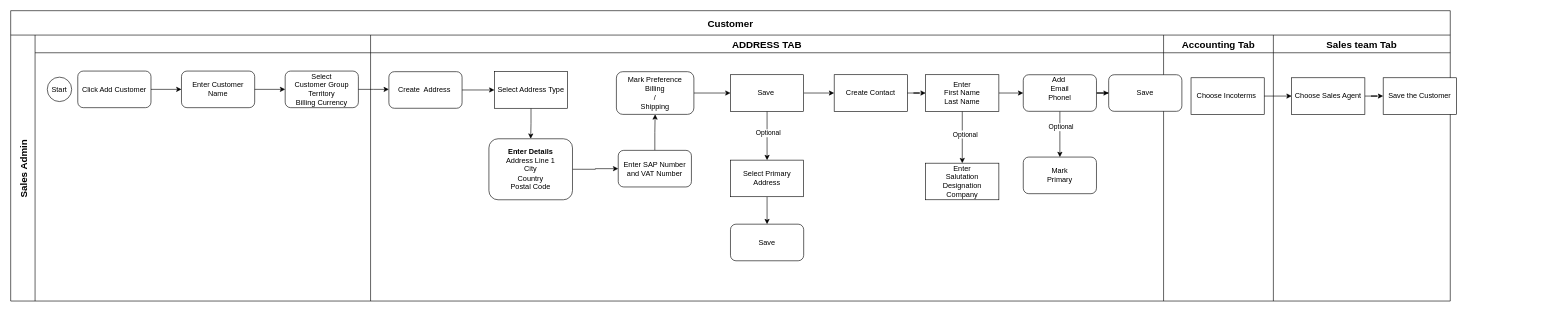
The draw.io diagram SGB/Customer Userflow.drawio in Iswariya-LMNAs/Diagrams, before the edit. Source tidied: cells renumbered, new cells numbered last; positions are measured from the earlier drawing's top-left corner, leaving out a move shared by most shapes. Both pictures are drawn from the tidied source at 61%, with x=0, y=0 at pixel (10, 10).
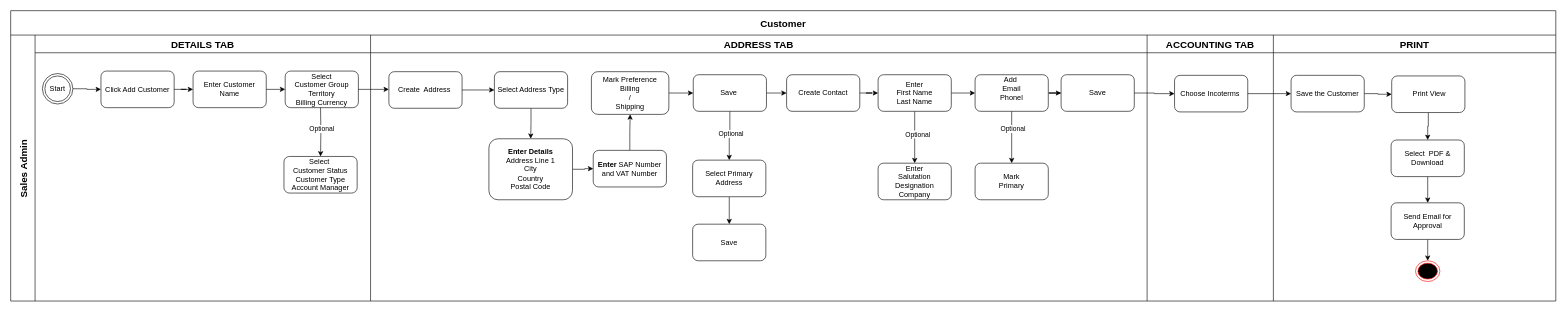
After the change.

What changed in the source:
```diff
@@
     <mxCell id="2" value="Customer" style="shape=table;childLayout=tableLayout;startSize=40;fontSize=16;fontStyle=1;" parent="1" vertex="1">
-      <mxGeometry width="2360" height="476" as="geometry" />
+      <mxGeometry width="2533" height="476" as="geometry" />
     </mxCell>
     <mxCell id="3" value="Sales Admin" style="shape=tableRow;horizontal=0;swimlaneHead=0;swimlaneBody=0;top=0;left=0;strokeColor=inherit;bottom=0;right=0;fontStyle=1;fillColor=none;startSize=40;fontSize=16;" parent="2" vertex="1">
-      <mxGeometry y="40" width="2360" height="436" as="geometry" />
+      <mxGeometry y="40" width="2533" height="436" as="geometry" />
     </mxCell>
-    <mxCell id="4" style="swimlane;swimlaneHead=0;swimlaneBody=0;fontStyle=1;strokeColor=inherit;fillColor=none;startSize=29;fontSize=16;" parent="3" vertex="1">
+    <mxCell id="4" value="DETAILS TAB" style="swimlane;swimlaneHead=0;swimlaneBody=0;fontStyle=1;strokeColor=inherit;fillColor=none;startSize=29;fontSize=16;" parent="3" vertex="1">
       <mxGeometry x="40" width="550" height="436" as="geometry" />
     </mxCell>
@@
     <mxCell id="6" value="Enter Customer Name" style="rounded=1;whiteSpace=wrap;html=1;" parent="4" vertex="1">
-      <mxGeometry x="240" y="59" width="120" height="60" as="geometry" />
+      <mxGeometry x="259" y="59" width="120" height="60" as="geometry" />
     </mxCell>
@@
-    <mxCell id="8" value="Start" style="ellipse;whiteSpace=wrap;html=1;" parent="4" vertex="1">
-      <mxGeometry x="20" y="69" width="40" height="40" as="geometry" />
-    </mxCell>
     <mxCell id="9" value="Click Add Customer" style="rounded=1;whiteSpace=wrap;html=1;" parent="4" vertex="1">
-      <mxGeometry x="70" y="59" width="120" height="60" as="geometry" />
+      <mxGeometry x="108" y="59" width="120" height="60" as="geometry" />
     </mxCell>
@@
+    <mxCell id="50" style="edgeStyle=orthogonalEdgeStyle;rounded=0;jettySize=auto;html=1;" parent="4" edge="1" target="52">
+      <mxGeometry relative="1" as="geometry">
+        <mxPoint x="468" y="119" as="sourcePoint" />
+      </mxGeometry>
+    </mxCell>
+    <mxCell id="51" value="Optional" style="edgeLabel;html=1;align=center;verticalAlign=middle;" parent="50" vertex="1">
+      <mxGeometry x="-0.12" y="1" relative="1" as="geometry" />
+    </mxCell>
+    <mxCell id="52" value="Select&amp;nbsp;&lt;br&gt;Customer Status&lt;br&gt;Customer Type&lt;br&gt;Account Manager" style="rounded=1;whiteSpace=wrap;html=1;" parent="4" vertex="1">
+      <mxGeometry x="408" y="199" width="120" height="60" as="geometry" />
+    </mxCell>
+    <mxCell id="53" style="edgeStyle=orthogonalEdgeStyle;rounded=0;jettySize=auto;html=1;exitX=1;exitY=0.5;exitDx=0;exitDy=0;entryX=0;entryY=0.5;entryDx=0;entryDy=0;" parent="4" edge="1" source="8" target="9">
+      <mxGeometry relative="1" as="geometry" />
+    </mxCell>
+    <mxCell id="8" value="Start" style="ellipse;shape=doubleEllipse;html=1;dashed=0;whiteSpace=wrap;" parent="4" vertex="1">
+      <mxGeometry x="12" y="63" width="50" height="50" as="geometry" />
+    </mxCell>
     <mxCell id="11" value="ADDRESS TAB" style="swimlane;swimlaneHead=0;swimlaneBody=0;fontStyle=1;strokeColor=inherit;fillColor=none;startSize=29;fontSize=16;" parent="3" vertex="1">
-      <mxGeometry x="590" width="1300" height="436" as="geometry" />
+      <mxGeometry x="590" width="1273" height="436" as="geometry" />
     </mxCell>
@@
-    <mxCell id="15" value="Select Address Type" style="whiteSpace=wrap;html=1;" parent="11" vertex="1">
+    <mxCell id="15" value="Select Address Type" style="rounded=1;whiteSpace=wrap;html=1;" parent="11" vertex="1">
       <mxGeometry x="203" y="60" width="120" height="60" as="geometry" />
     </mxCell>
@@
-    <mxCell id="19" value="Save&amp;nbsp;" style="whiteSpace=wrap;html=1;" parent="11" vertex="1">
-      <mxGeometry x="590" y="65" width="120" height="60" as="geometry" />
+    <mxCell id="19" value="Save&amp;nbsp;" style="rounded=1;whiteSpace=wrap;html=1;" parent="11" vertex="1">
+      <mxGeometry x="529" y="65" width="120" height="60" as="geometry" />
     </mxCell>
@@
-    <mxCell id="23" value="&lt;div&gt;Enter SAP Number and VAT Number&lt;/div&gt;" style="whiteSpace=wrap;html=1;rounded=1;" parent="11" vertex="1">
-      <mxGeometry x="406" y="189" width="120" height="60" as="geometry" />
+    <mxCell id="23" value="&lt;div&gt;&lt;b&gt;Enter&lt;/b&gt; SAP Number and VAT Number&lt;/div&gt;" style="whiteSpace=wrap;html=1;rounded=1;" parent="11" vertex="1">
+      <mxGeometry x="365" y="189" width="120" height="60" as="geometry" />
     </mxCell>
@@
     <mxCell id="25" value="&lt;div&gt;Mark Preference&lt;/div&gt;&lt;div&gt;Billing&lt;/div&gt;&lt;div&gt;/&lt;/div&gt;&lt;div&gt;Shipping&lt;/div&gt;" style="whiteSpace=wrap;html=1;rounded=1;" parent="11" vertex="1">
-      <mxGeometry x="403" y="60" width="127" height="70" as="geometry" />
+      <mxGeometry x="362" y="60" width="127" height="70" as="geometry" />
     </mxCell>
-    <mxCell id="26" value="Create Contact" style="whiteSpace=wrap;html=1;" parent="11" vertex="1">
-      <mxGeometry x="760" y="65" width="120" height="60" as="geometry" />
+    <mxCell id="26" value="Create Contact" style="rounded=1;whiteSpace=wrap;html=1;" parent="11" vertex="1">
+      <mxGeometry x="682" y="65" width="120" height="60" as="geometry" />
     </mxCell>
@@
-    <mxCell id="28" value="Select Primary Address" style="whiteSpace=wrap;html=1;" parent="11" vertex="1">
-      <mxGeometry x="590" y="205" width="120" height="60" as="geometry" />
+    <mxCell id="28" value="Select Primary Address" style="rounded=1;whiteSpace=wrap;html=1;" parent="11" vertex="1">
+      <mxGeometry x="528" y="205" width="120" height="60" as="geometry" />
     </mxCell>
@@
-    <mxCell id="32" value="&lt;div&gt;Enter&lt;/div&gt;&lt;div&gt;First Name&lt;/div&gt;&lt;div&gt;Last Name&lt;/div&gt;" style="whiteSpace=wrap;html=1;" parent="11" vertex="1">
-      <mxGeometry x="910" y="65" width="120" height="60" as="geometry" />
+    <mxCell id="32" value="&lt;div&gt;Enter&lt;/div&gt;&lt;div&gt;First Name&lt;/div&gt;&lt;div&gt;Last Name&lt;/div&gt;" style="rounded=1;whiteSpace=wrap;html=1;" parent="11" vertex="1">
+      <mxGeometry x="832" y="65" width="120" height="60" as="geometry" />
     </mxCell>
@@
-    <mxCell id="34" value="&lt;div&gt;Enter&lt;/div&gt;&lt;div&gt;Salutation&lt;/div&gt;&lt;div&gt;Designation&lt;/div&gt;&lt;div&gt;Company&lt;/div&gt;" style="whiteSpace=wrap;html=1;" parent="11" vertex="1">
-      <mxGeometry x="910" y="210" width="120" height="60" as="geometry" />
+    <mxCell id="34" value="&lt;div&gt;Enter&lt;/div&gt;&lt;div&gt;Salutation&lt;/div&gt;&lt;div&gt;Designation&lt;/div&gt;&lt;div&gt;Company&lt;/div&gt;" style="rounded=1;whiteSpace=wrap;html=1;" parent="11" vertex="1">
+      <mxGeometry x="832" y="210" width="120" height="60" as="geometry" />
     </mxCell>
     <mxCell id="35" value="Save" style="rounded=1;whiteSpace=wrap;html=1;" parent="11" vertex="1">
-      <mxGeometry x="590" y="310" width="120" height="60" as="geometry" />
+      <mxGeometry x="528" y="310" width="120" height="60" as="geometry" />
     </mxCell>
@@
     <mxCell id="39" value="&lt;div&gt;Add&amp;nbsp;&lt;/div&gt;&lt;div&gt;Email&lt;/div&gt;&lt;div&gt;Phonel&lt;/div&gt;&lt;div&gt;&lt;br&gt;&lt;/div&gt;" style="rounded=1;whiteSpace=wrap;html=1;" parent="11" vertex="1">
-      <mxGeometry x="1070" y="65" width="120" height="60" as="geometry" />
+      <mxGeometry x="991" y="65" width="120" height="60" as="geometry" />
     </mxCell>
     <mxCell id="40" value="&lt;div&gt;Mark&lt;/div&gt;&lt;div&gt;Primary&lt;/div&gt;" style="rounded=1;whiteSpace=wrap;html=1;" parent="11" vertex="1">
-      <mxGeometry x="1070" y="200" width="120" height="60" as="geometry" />
+      <mxGeometry x="991" y="210" width="120" height="60" as="geometry" />
     </mxCell>
     <mxCell id="41" value="Save" style="rounded=1;whiteSpace=wrap;html=1;" parent="11" vertex="1">
-      <mxGeometry x="1210" y="65" width="120" height="60" as="geometry" />
+      <mxGeometry x="1132" y="65" width="120" height="60" as="geometry" />
     </mxCell>
-    <mxCell id="42" value="Accounting Tab" style="swimlane;swimlaneHead=0;swimlaneBody=0;fontStyle=1;strokeColor=inherit;fillColor=none;startSize=29;fontSize=16;" parent="3" vertex="1">
-      <mxGeometry x="1890" width="180" height="436" as="geometry" />
+    <mxCell id="42" value="ACCOUNTING TAB" style="swimlane;swimlaneHead=0;swimlaneBody=0;fontStyle=1;strokeColor=inherit;fillColor=none;startSize=29;fontSize=16;" parent="3" vertex="1">
+      <mxGeometry x="1863" width="207" height="436" as="geometry" />
     </mxCell>
-    <mxCell id="43" value="Choose Incoterms&amp;nbsp;" style="whiteSpace=wrap;html=1;" parent="42" vertex="1">
-      <mxGeometry x="45" y="70" width="120" height="60" as="geometry" />
+    <mxCell id="43" value="Choose Incoterms&amp;nbsp;" style="rounded=1;whiteSpace=wrap;html=1;" parent="42" vertex="1">
+      <mxGeometry x="45" y="66" width="120" height="60" as="geometry" />
     </mxCell>
-    <mxCell id="44" value="Sales team Tab" style="swimlane;swimlaneHead=0;swimlaneBody=0;fontStyle=1;strokeColor=inherit;fillColor=none;startSize=29;fontSize=16;" parent="3" vertex="1">
-      <mxGeometry x="2070" width="290" height="436" as="geometry" />
+    <mxCell id="44" value="PRINT" style="swimlane;swimlaneHead=0;swimlaneBody=0;fontStyle=1;strokeColor=inherit;fillColor=none;startSize=29;fontSize=16;" parent="3" vertex="1">
+      <mxGeometry x="2070" width="463" height="436" as="geometry" />
     </mxCell>
-    <mxCell id="45" style="edgeStyle=orthogonalEdgeStyle;rounded=0;jettySize=auto;html=1;" parent="44" edge="1" source="46" target="47">
-      <mxGeometry relative="1" as="geometry" />
-    </mxCell>
-    <mxCell id="46" value="Choose Sales Agent" style="whiteSpace=wrap;html=1;" parent="44" vertex="1">
-      <mxGeometry x="30" y="70" width="120" height="60" as="geometry" />
-    </mxCell>
+    <mxCell id="54" style="edgeStyle=orthogonalEdgeStyle;rounded=0;jettySize=auto;html=1;" parent="44" edge="1" source="47" target="56">
+      <mxGeometry relative="1" as="geometry" />
+    </mxCell>
-    <mxCell id="47" value="Save the Customer" style="rounded=0;whiteSpace=wrap;html=1;" parent="44" vertex="1">
-      <mxGeometry x="180" y="70" width="120" height="60" as="geometry" />
+    <mxCell id="47" value="Save the Customer" style="rounded=1;whiteSpace=wrap;html=1;" parent="44" vertex="1">
+      <mxGeometry x="29" y="66" width="120" height="60" as="geometry" />
     </mxCell>
-    <mxCell id="48" style="edgeStyle=orthogonalEdgeStyle;rounded=0;jettySize=auto;html=1;" parent="3" edge="1" source="43" target="46">
-      <mxGeometry relative="1" as="geometry" />
-    </mxCell>
+    <mxCell id="55" style="edgeStyle=orthogonalEdgeStyle;rounded=0;jettySize=auto;html=1;" parent="44" edge="1" source="56" target="58">
+      <mxGeometry relative="1" as="geometry" />
+    </mxCell>
+    <mxCell id="56" value="&amp;nbsp;Print View" style="rounded=1;whiteSpace=wrap;html=1;" parent="44" vertex="1">
+      <mxGeometry x="194" y="67" width="120" height="60" as="geometry" />
+    </mxCell>
+    <mxCell id="57" style="edgeStyle=orthogonalEdgeStyle;rounded=0;jettySize=auto;html=1;" parent="44" edge="1" source="58" target="60">
+      <mxGeometry relative="1" as="geometry" />
+    </mxCell>
+    <mxCell id="58" value="Select&amp;nbsp; PDF &amp;amp; Download" style="rounded=1;whiteSpace=wrap;html=1;" parent="44" vertex="1">
+      <mxGeometry x="193" y="172" width="120" height="60" as="geometry" />
+    </mxCell>
+    <mxCell id="59" style="edgeStyle=orthogonalEdgeStyle;rounded=0;jettySize=auto;html=1;exitX=0.5;exitY=1;exitDx=0;exitDy=0;entryX=0.5;entryY=0;entryDx=0;entryDy=0;" parent="44" edge="1" source="60" target="61">
+      <mxGeometry relative="1" as="geometry" />
+    </mxCell>
+    <mxCell id="60" value="Send Email for Approval" style="rounded=1;whiteSpace=wrap;html=1;" parent="44" vertex="1">
+      <mxGeometry x="193" y="275" width="120" height="60" as="geometry" />
+    </mxCell>
+    <mxCell id="61" style="ellipse;html=1;shape=endState;fillColor=#000000;strokeColor=#ff0000;" parent="44" vertex="1">
+      <mxGeometry x="233" y="370" width="40" height="34" as="geometry" />
+    </mxCell>
@@
+    <mxCell id="62" style="edgeStyle=orthogonalEdgeStyle;rounded=0;jettySize=auto;html=1;exitX=1;exitY=0.5;exitDx=0;exitDy=0;entryX=0;entryY=0.5;entryDx=0;entryDy=0;" parent="3" edge="1" source="41" target="43">
+      <mxGeometry relative="1" as="geometry" />
+    </mxCell>
+    <mxCell id="63" style="edgeStyle=orthogonalEdgeStyle;rounded=0;jettySize=auto;html=1;exitX=1;exitY=0.5;exitDx=0;exitDy=0;entryX=0;entryY=0.5;entryDx=0;entryDy=0;" parent="3" edge="1" source="43" target="47">
+      <mxGeometry relative="1" as="geometry" />
+    </mxCell>
```
